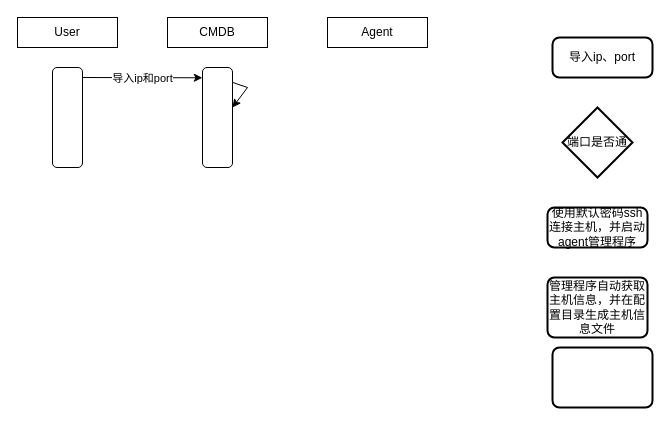
This is 运维平台架构图.drawio from katechun/draw.io, a draw.io file, before an edit. Source tidied: cells renumbered, new cells numbered last; positions are measured from the earlier drawing's top-left corner, leaving out a move shared by most shapes. Both pictures are drawn from the tidied source at 100%, with x=0, y=0 at pixel (17, 17).
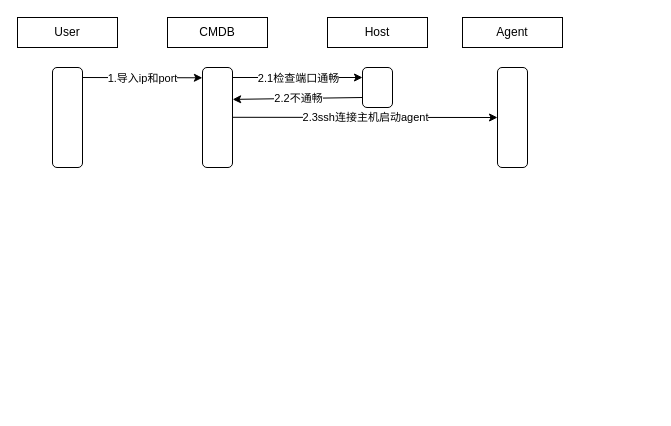
Above is the later version.

Commit message (it also covers changes not shown here):
Update 运维平台架构图.drawio

The edit, as a diff of the source:
```diff
@@
 <mxGraphModel>
   <root>
     <mxCell id="0" />
     <mxCell id="1" parent="0" />
-    <mxCell id="2" value="导入ip、port" style="rounded=1;whiteSpace=wrap;html=1;absoluteArcSize=1;arcSize=14;strokeWidth=2;shadow=0;glass=0;sketch=0;" parent="1" vertex="1">
-      <mxGeometry x="535" y="20" width="100" height="40" as="geometry" />
-    </mxCell>
-    <mxCell id="3" value="端口是否通" style="strokeWidth=2;html=1;shape=mxgraph.flowchart.decision;whiteSpace=wrap;rounded=0;shadow=0;glass=0;sketch=0;" parent="1" vertex="1">
-      <mxGeometry x="545" y="90" width="70" height="70" as="geometry" />
-    </mxCell>
-    <mxCell id="4" value="使用默认密码ssh连接主机，并启动agent管理程序" style="rounded=1;whiteSpace=wrap;html=1;absoluteArcSize=1;arcSize=14;strokeWidth=2;shadow=0;glass=0;sketch=0;" parent="1" vertex="1">
-      <mxGeometry x="530" y="190" width="100" height="40" as="geometry" />
-    </mxCell>
-    <mxCell id="5" value="管理程序自动获取主机信息，并在配置目录生成主机信息文件" style="rounded=1;whiteSpace=wrap;html=1;absoluteArcSize=1;arcSize=14;strokeWidth=2;shadow=0;glass=0;sketch=0;" parent="1" vertex="1">
-      <mxGeometry x="530" y="260" width="100" height="60" as="geometry" />
-    </mxCell>
-    <mxCell id="6" style="rounded=1;whiteSpace=wrap;html=1;absoluteArcSize=1;arcSize=14;strokeWidth=2;shadow=0;glass=0;sketch=0;" parent="1" vertex="1">
-      <mxGeometry x="535" y="330" width="100" height="60" as="geometry" />
-    </mxCell>
     <mxCell id="7" value="User" style="rounded=0;whiteSpace=wrap;html=1;shadow=0;glass=0;sketch=0;" parent="1" vertex="1">
       <mxGeometry width="100" height="30" as="geometry" />
     </mxCell>
     <mxCell id="8" value="CMDB" style="rounded=0;whiteSpace=wrap;html=1;shadow=0;glass=0;sketch=0;" parent="1" vertex="1">
       <mxGeometry x="150" width="100" height="30" as="geometry" />
     </mxCell>
-    <mxCell id="9" value="Agent" style="rounded=0;whiteSpace=wrap;html=1;shadow=0;glass=0;sketch=0;" parent="1" vertex="1">
+    <mxCell id="9" value="Host" style="rounded=0;whiteSpace=wrap;html=1;shadow=0;glass=0;sketch=0;" parent="1" vertex="1">
       <mxGeometry x="310" width="100" height="30" as="geometry" />
     </mxCell>
     <mxCell id="10" style="rounded=1;whiteSpace=wrap;html=1;shadow=0;glass=0;sketch=0;" parent="1" vertex="1">
       <mxGeometry x="35" y="50" width="30" height="100" as="geometry" />
     </mxCell>
     <mxCell id="11" style="rounded=1;whiteSpace=wrap;html=1;shadow=0;glass=0;sketch=0;" parent="1" vertex="1">
       <mxGeometry x="185" y="50" width="30" height="100" as="geometry" />
     </mxCell>
-    <mxCell id="12" style="endArrow=classic;html=1;rounded=0;exitX=1.044;exitY=0.12;exitDx=0;exitDy=0;exitPerimeter=0;" parent="1" edge="1">
-      <mxGeometry relative="1" as="geometry">
-        <mxPoint x="215.3" y="65" as="sourcePoint" />
-        <mxPoint x="215" y="90" as="targetPoint" />
-        <Array as="points">
-          <mxPoint x="230" y="70" />
-        </Array>
-      </mxGeometry>
-    </mxCell>
     <mxCell id="13" style="endArrow=classic;html=1;rounded=0;entryX=-0.004;entryY=0.103;entryDx=0;entryDy=0;entryPerimeter=0;" parent="1" edge="1" target="11">
       <mxGeometry relative="1" as="geometry">
         <mxPoint x="65" y="60" as="sourcePoint" />
       </mxGeometry>
     </mxCell>
-    <mxCell id="14" value="导入ip和port" style="edgeLabel;html=1;align=center;verticalAlign=middle;rounded=0;shadow=0;glass=0;sketch=0;" parent="13" vertex="1">
+    <mxCell id="14" value="1.导入ip和port" style="edgeLabel;html=1;align=center;verticalAlign=middle;rounded=0;shadow=0;glass=0;sketch=0;" parent="13" vertex="1">
       <mxGeometry relative="1" as="geometry" />
     </mxCell>
+    <mxCell id="15" style="endArrow=classic;html=1;rounded=0;entryX=0;entryY=0.25;entryDx=0;entryDy=0;" parent="1" edge="1" target="17">
+      <mxGeometry relative="1" as="geometry">
+        <mxPoint x="215" y="60" as="sourcePoint" />
+      </mxGeometry>
+    </mxCell>
+    <mxCell id="16" value="2.1检查端口通畅" style="edgeLabel;html=1;align=center;verticalAlign=middle;rounded=0;shadow=0;glass=0;sketch=0;" parent="15" vertex="1">
+      <mxGeometry relative="1" as="geometry" />
+    </mxCell>
+    <mxCell id="17" style="rounded=1;whiteSpace=wrap;html=1;shadow=0;glass=0;sketch=0;" parent="1" vertex="1">
+      <mxGeometry x="345" y="50" width="30" height="40" as="geometry" />
+    </mxCell>
+    <mxCell id="18" style="endArrow=classic;html=1;rounded=0;entryX=1.005;entryY=0.319;entryDx=0;entryDy=0;entryPerimeter=0;exitX=0;exitY=0.75;exitDx=0;exitDy=0;" parent="1" edge="1" source="17" target="11">
+      <mxGeometry relative="1" as="geometry" />
+    </mxCell>
+    <mxCell id="19" value="2.2不通畅" style="edgeLabel;html=1;align=center;verticalAlign=middle;rounded=0;shadow=0;glass=0;sketch=0;" parent="18" vertex="1">
+      <mxGeometry relative="1" as="geometry" />
+    </mxCell>
+    <mxCell id="20" style="endArrow=classic;html=1;rounded=0;entryX=0;entryY=0.5;entryDx=0;entryDy=0;" parent="1" edge="1" target="23">
+      <mxGeometry relative="1" as="geometry">
+        <mxPoint x="215" y="99.8" as="sourcePoint" />
+      </mxGeometry>
+    </mxCell>
+    <mxCell id="21" value="2.3ssh连接主机启动agent" style="edgeLabel;html=1;align=center;verticalAlign=middle;rounded=0;shadow=0;glass=0;sketch=0;" parent="20" vertex="1">
+      <mxGeometry relative="1" as="geometry" />
+    </mxCell>
+    <mxCell id="22" value="Agent" style="rounded=0;whiteSpace=wrap;html=1;shadow=0;glass=0;sketch=0;" parent="1" vertex="1">
+      <mxGeometry x="445" width="100" height="30" as="geometry" />
+    </mxCell>
+    <mxCell id="23" style="rounded=1;whiteSpace=wrap;html=1;shadow=0;glass=0;sketch=0;" parent="1" vertex="1">
+      <mxGeometry x="480" y="50" width="30" height="100" as="geometry" />
+    </mxCell>
   </root>
 </mxGraphModel>
```
